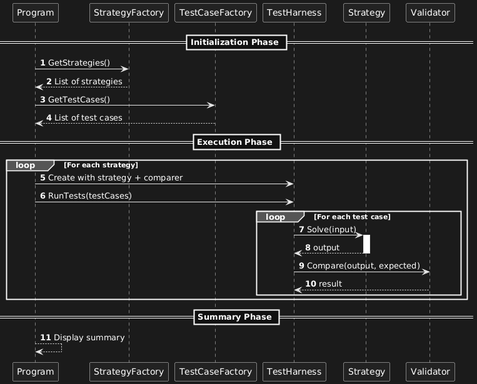
Earlier version of the PlantUML export Leetcode/Documentation/plantuml-sequence-diagram-test-case-flow.png (abhimanyu-builds/Leetcode). The source it was exported from:
```plantuml
@startuml
skinparam classAttributeIconSize 0
skinparam shadowing false
skinparam linetype ortho
autonumber

participant Program
participant StrategyFactory
participant TestCaseFactory
participant TestHarness
participant Strategy
participant Validator

== Initialization Phase ==

Program -> StrategyFactory : GetStrategies()
StrategyFactory --> Program : List of strategies

Program -> TestCaseFactory : GetTestCases()
TestCaseFactory --> Program : List of test cases

== Execution Phase ==

loop For each strategy
    Program -> TestHarness : Create with strategy + comparer
    Program -> TestHarness : RunTests(testCases)

    loop For each test case
        TestHarness -> Strategy : Solve(input)
        activate Strategy
        Strategy --> TestHarness : output
        deactivate Strategy

        TestHarness -> Validator : Compare(output, expected)
        Validator --> TestHarness : result
    end
end

== Summary Phase ==
Program --> Program : Display summary
@enduml
```
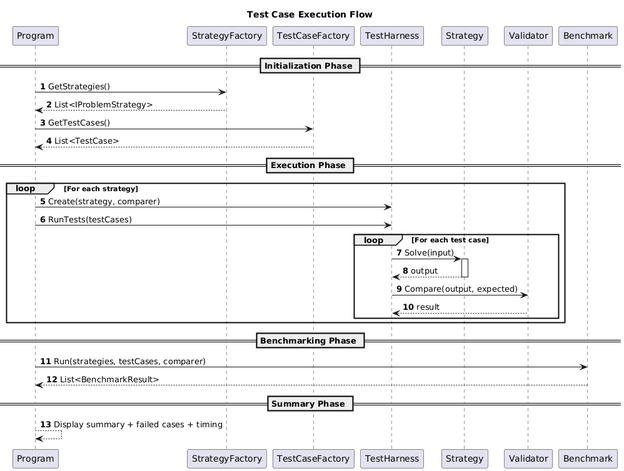
After the commit.

The edit, as a diff of the source:
```diff
@@ -3,6 +3,8 @@
 skinparam shadowing false
 skinparam linetype ortho
 autonumber
+
+title Test Case Execution Flow
 
 participant Program
 participant StrategyFactory
@@ -10,19 +12,20 @@
 participant TestHarness
 participant Strategy
 participant Validator
+participant Benchmark
 
 == Initialization Phase ==
 
 Program -> StrategyFactory : GetStrategies()
-StrategyFactory --> Program : List of strategies
+StrategyFactory --> Program : List<IProblemStrategy>
 
 Program -> TestCaseFactory : GetTestCases()
-TestCaseFactory --> Program : List of test cases
+TestCaseFactory --> Program : List<TestCase>
 
 == Execution Phase ==
 
 loop For each strategy
-    Program -> TestHarness : Create with strategy + comparer
+    Program -> TestHarness : Create(strategy, comparer)
     Program -> TestHarness : RunTests(testCases)
 
     loop For each test case
@@ -36,6 +39,10 @@
     end
 end
 
+== Benchmarking Phase ==
+Program -> Benchmark : Run(strategies, testCases, comparer)
+Benchmark --> Program : List<BenchmarkResult>
+
 == Summary Phase ==
-Program --> Program : Display summary
+Program --> Program : Display summary + failed cases + timing
 @enduml
```
